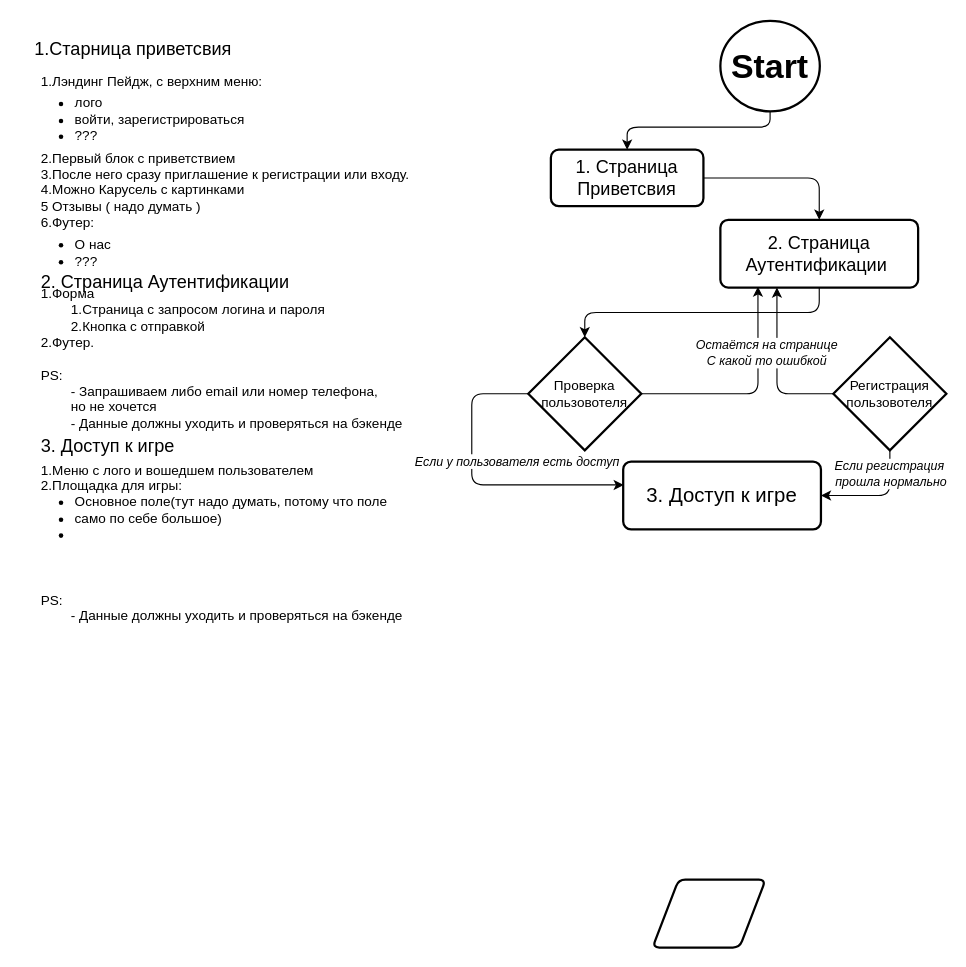
This is lila_game.drawio from tocheniy/llg_diogram, a draw.io file, before an edit. Source tidied: cells renumbered, new cells numbered last; positions are measured from the earlier drawing's top-left corner, leaving out a move shared by most shapes. Both pictures are drawn from the tidied source at 113%, with x=0, y=0 at pixel (19, 20).
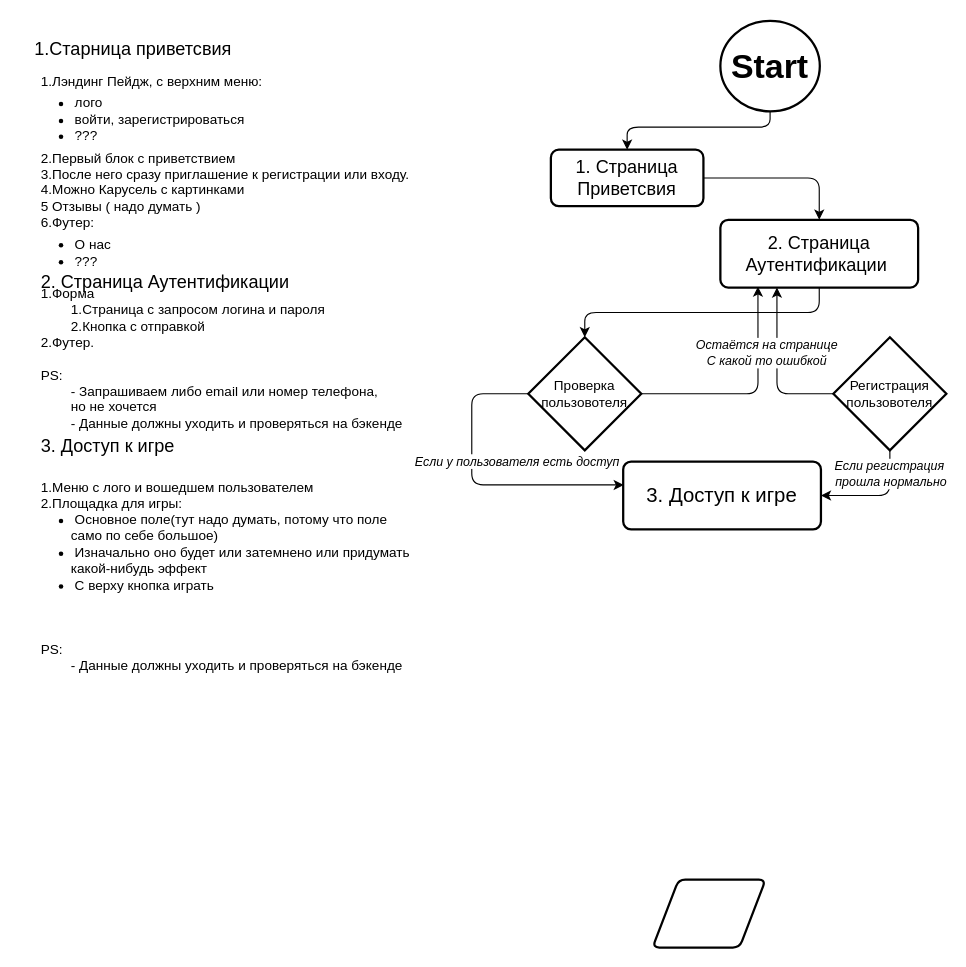
The same page after the edit.

The edit, as a diff of the source:
```diff
@@
-    <mxCell id="23" value="&lt;div&gt;&lt;span style=&quot;background-color: initial;&quot;&gt;1.Меню с лого и вошедшем пользователем&lt;/span&gt;&lt;/div&gt;&lt;div&gt;2.Площадка для игры:&lt;/div&gt;&lt;div&gt;&lt;ul style=&quot;padding-left: 30px; margin-top: 0px; margin-bottom: 0px;&quot;&gt;&lt;li&gt;Основное поле(тут надо думать, потому что поле&amp;nbsp;&lt;/li&gt;&lt;li&gt;само по себе большое)&amp;nbsp;&lt;/li&gt;&lt;li&gt;&lt;br&gt;&lt;/li&gt;&lt;/ul&gt;&lt;div&gt;&lt;br&gt;&lt;/div&gt;&lt;/div&gt;&lt;div&gt;&lt;br&gt;&lt;/div&gt;&lt;div&gt;&lt;br&gt;&lt;/div&gt;&lt;div&gt;PS:&lt;br&gt;&lt;div&gt;&lt;span style=&quot;white-space: pre;&quot;&gt;&#9;&lt;/span&gt;- Данные должны уходить и проверяться на бэкенде&lt;/div&gt;&lt;/div&gt;" style="text;html=1;align=left;verticalAlign=middle;strokeColor=none;fillColor=none;" parent="1" vertex="1">
-      <mxGeometry x="17" y="382" width="340" height="160" as="geometry" />
+    <mxCell id="23" value="&lt;div&gt;&lt;span style=&quot;background-color: initial;&quot;&gt;1.Меню с лого и вошедшем пользователем&lt;/span&gt;&lt;/div&gt;&lt;div&gt;2.Площадка для игры:&lt;/div&gt;&lt;div&gt;&lt;ul style=&quot;padding-left: 30px; margin-top: 0px; margin-bottom: 0px;&quot;&gt;&lt;li&gt;Основное поле(тут надо думать, потому что поле&amp;nbsp;&lt;/li&gt;&lt;/ul&gt;&lt;span style=&quot;background-color: initial;&quot;&gt;&lt;span style=&quot;white-space: pre;&quot;&gt;&#9;&lt;/span&gt;само по себе большое)&amp;nbsp;&lt;/span&gt;&lt;br&gt;&lt;ul style=&quot;padding-left: 30px; margin-top: 0px; margin-bottom: 0px;&quot;&gt;&lt;li&gt;Изначально оно будет или затемнено или придумать&lt;/li&gt;&lt;/ul&gt;&lt;span style=&quot;background-color: initial;&quot;&gt;&lt;span style=&quot;white-space: pre;&quot;&gt;&#9;&lt;/span&gt;какой-нибудь эффект&amp;nbsp;&lt;/span&gt;&lt;/div&gt;&lt;div&gt;&lt;ul style=&quot;padding-left: 30px; margin-top: 0px; margin-bottom: 0px;&quot;&gt;&lt;li&gt;С верху кнопка играть&lt;/li&gt;&lt;/ul&gt;&lt;div&gt;&lt;br&gt;&lt;/div&gt;&lt;/div&gt;&lt;div&gt;&lt;br&gt;&lt;/div&gt;&lt;div&gt;&lt;br&gt;&lt;/div&gt;&lt;div&gt;PS:&lt;br&gt;&lt;div&gt;&lt;span style=&quot;white-space: pre;&quot;&gt;&#9;&lt;/span&gt;- Данные должны уходить и проверяться на бэкенде&lt;/div&gt;&lt;/div&gt;" style="text;html=1;align=left;verticalAlign=middle;strokeColor=none;fillColor=none;" parent="1" vertex="1">
+      <mxGeometry x="17" y="397" width="350" height="190" as="geometry" />
     </mxCell>
```
